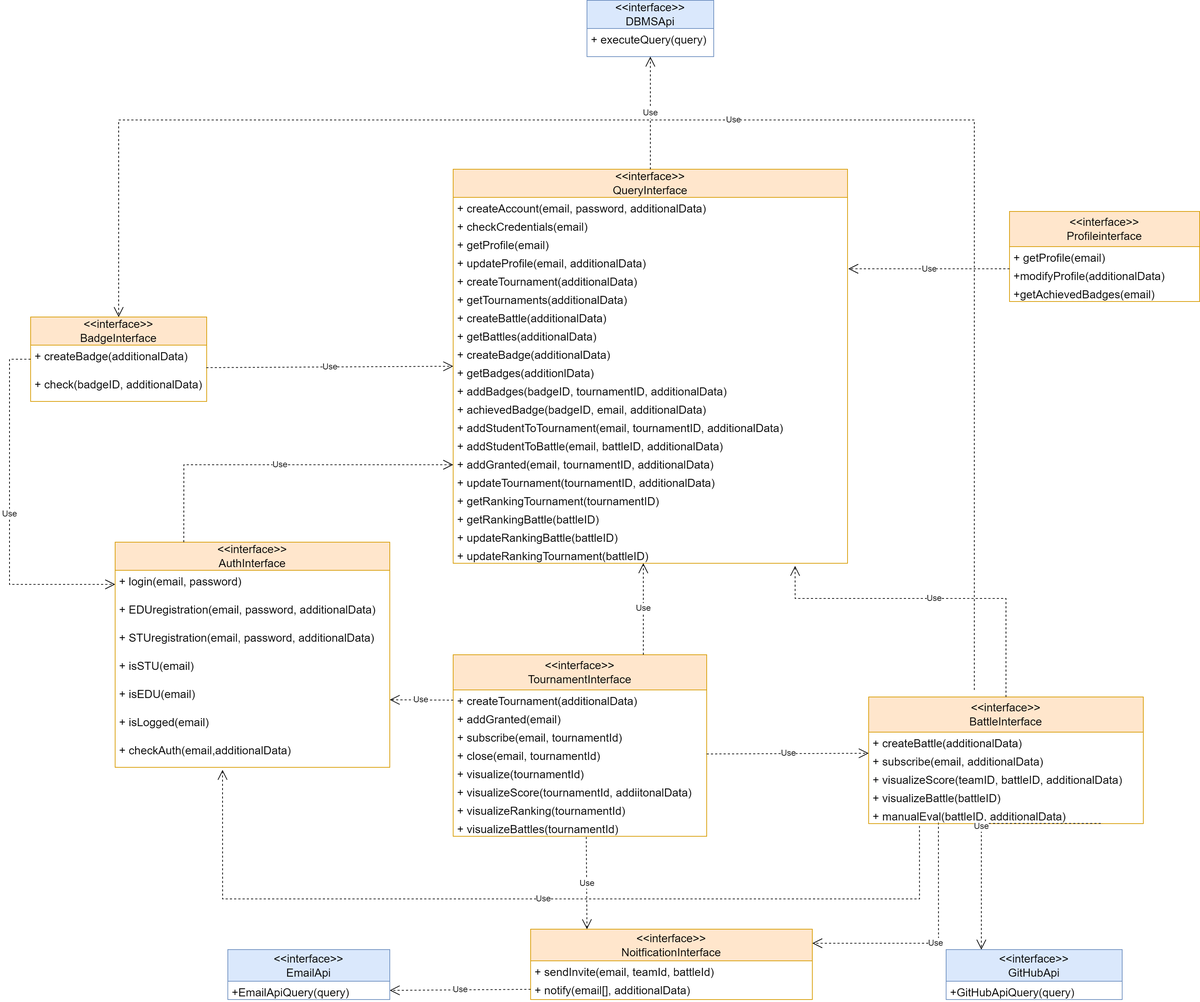
Before: DD/images/diagrams/ComponentInterfaces.png, a diagram exported from draw.io (pontig/sw-eng-2-PasiniPontiggiaStasi). Source tidied: cells renumbered, new cells last; positions are measured from the earlier drawing's top-left corner, leaving out a move shared by most shapes.
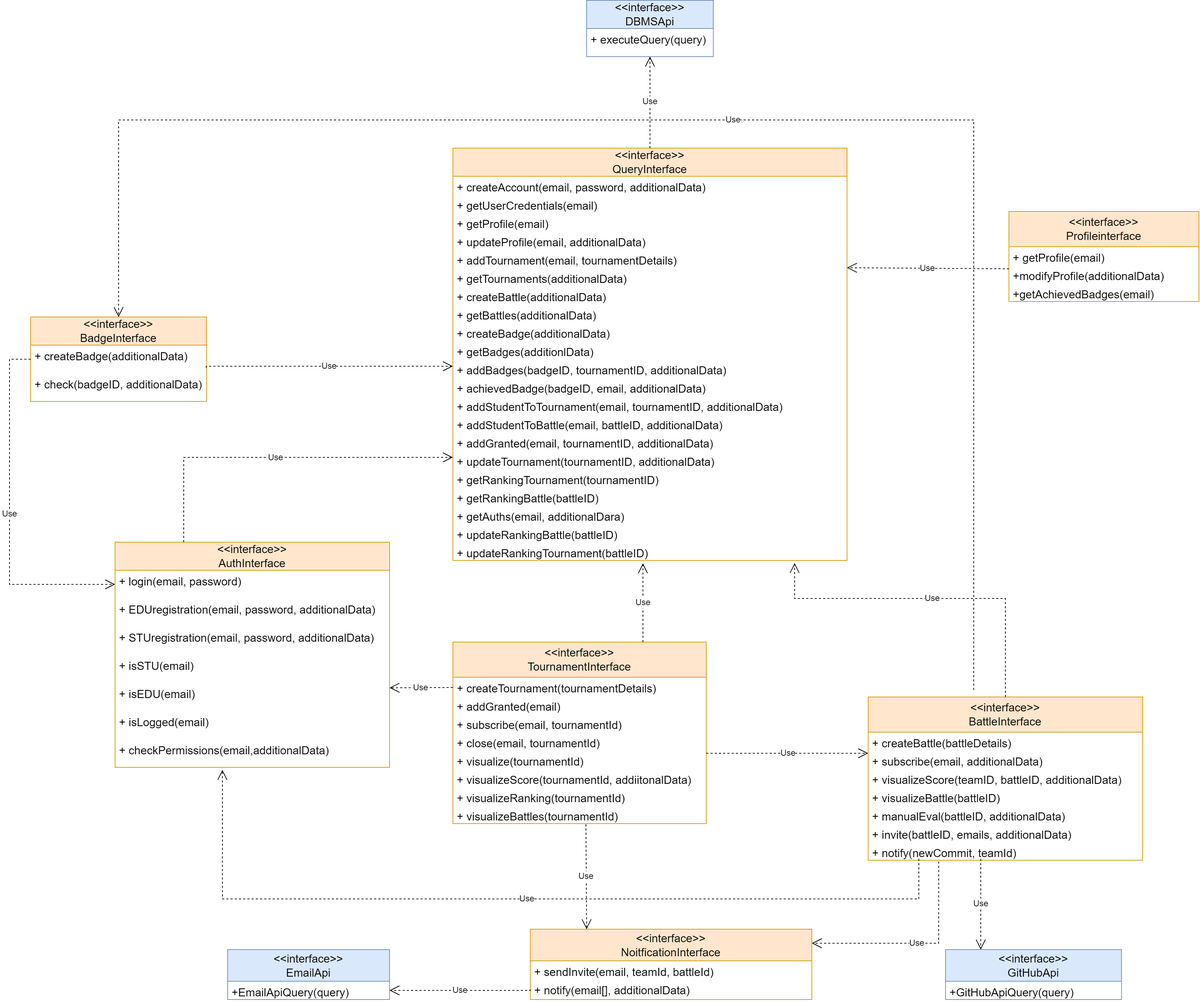
Later version of the same file.

Change to the diagram source:
```diff
@@ -9,12 +9,12 @@
       <mxGeometry y="40" width="180" height="40" as="geometry" />
     </mxCell>
     <mxCell id="4" value="&amp;lt;&amp;lt;interface&amp;gt;&amp;gt;&lt;br&gt;QueryInterface" style="swimlane;fontStyle=0;horizontal=1;startSize=40;fillColor=#ffe6cc;whiteSpace=wrap;html=1;fontSize=16;strokeColor=#d79b00;" parent="1" vertex="1">
-      <mxGeometry x="630" y="240" width="560" height="560" as="geometry" />
+      <mxGeometry x="630" y="210" width="560" height="586" as="geometry" />
     </mxCell>
     <mxCell id="5" value="+ createAccount(email, password, additionalData)" style="text;strokeColor=none;fillColor=none;align=left;verticalAlign=top;spacingLeft=4;spacingRight=4;overflow=hidden;whiteSpace=wrap;html=1;fontSize=16;" parent="4" vertex="1">
       <mxGeometry y="40" width="560" height="26" as="geometry" />
     </mxCell>
-    <mxCell id="6" value="+ checkCredentials(email)" style="text;strokeColor=none;fillColor=none;align=left;verticalAlign=top;spacingLeft=4;spacingRight=4;overflow=hidden;whiteSpace=wrap;html=1;fontSize=16;" parent="4" vertex="1">
+    <mxCell id="6" value="+ getUserCredentials(email)" style="text;strokeColor=none;fillColor=none;align=left;verticalAlign=top;spacingLeft=4;spacingRight=4;overflow=hidden;whiteSpace=wrap;html=1;fontSize=16;" parent="4" vertex="1">
       <mxGeometry y="66" width="560" height="26" as="geometry" />
     </mxCell>
     <mxCell id="7" value="+ getProfile(email)" style="text;strokeColor=none;fillColor=none;align=left;verticalAlign=top;spacingLeft=4;spacingRight=4;overflow=hidden;whiteSpace=wrap;html=1;fontSize=16;" parent="4" vertex="1">
@@ -23,7 +23,7 @@
     <mxCell id="8" value="+ updateProfile(email, additionalData)" style="text;strokeColor=none;fillColor=none;align=left;verticalAlign=top;spacingLeft=4;spacingRight=4;overflow=hidden;whiteSpace=wrap;html=1;fontSize=16;" parent="4" vertex="1">
       <mxGeometry y="118" width="560" height="26" as="geometry" />
     </mxCell>
-    <mxCell id="9" value="+ createTournament(additionalData)" style="text;strokeColor=none;fillColor=none;align=left;verticalAlign=top;spacingLeft=4;spacingRight=4;overflow=hidden;points=[[0,0.5],[1,0.5]];portConstraint=eastwest;whiteSpace=wrap;html=1;fontSize=16;" parent="4" vertex="1">
+    <mxCell id="9" value="+ addTournament(email, tournamentDetails)" style="text;strokeColor=none;fillColor=none;align=left;verticalAlign=top;spacingLeft=4;spacingRight=4;overflow=hidden;points=[[0,0.5],[1,0.5]];portConstraint=eastwest;whiteSpace=wrap;html=1;fontSize=16;" parent="4" vertex="1">
       <mxGeometry y="144" width="560" height="26" as="geometry" />
     </mxCell>
     <mxCell id="10" value="+ getTournaments(additionalData)" style="text;strokeColor=none;fillColor=none;align=left;verticalAlign=top;spacingLeft=4;spacingRight=4;overflow=hidden;whiteSpace=wrap;html=1;fontSize=16;" parent="4" vertex="1">
@@ -65,11 +65,14 @@
     <mxCell id="22" value="+ getRankingBattle(battleID)" style="text;strokeColor=none;fillColor=none;align=left;verticalAlign=top;spacingLeft=4;spacingRight=4;overflow=hidden;whiteSpace=wrap;html=1;fontSize=16;" parent="4" vertex="1">
       <mxGeometry y="482" width="560" height="26" as="geometry" />
     </mxCell>
+    <mxCell id="77" value="+ getAuths(email, additionalDara)" style="text;strokeColor=none;fillColor=none;align=left;verticalAlign=top;spacingLeft=4;spacingRight=4;overflow=hidden;whiteSpace=wrap;html=1;fontSize=16;" parent="4" vertex="1">
+      <mxGeometry y="508" width="560" height="26" as="geometry" />
+    </mxCell>
     <mxCell id="23" value="+ updateRankingBattle(battleID)" style="text;strokeColor=none;fillColor=none;align=left;verticalAlign=top;spacingLeft=4;spacingRight=4;overflow=hidden;whiteSpace=wrap;html=1;fontSize=16;" parent="4" vertex="1">
-      <mxGeometry y="508" width="560" height="26" as="geometry" />
+      <mxGeometry y="534" width="560" height="26" as="geometry" />
     </mxCell>
     <mxCell id="24" value="+ updateRankingTournament(battleID)" style="text;strokeColor=none;fillColor=none;align=left;verticalAlign=top;spacingLeft=4;spacingRight=4;overflow=hidden;points=[[0,0.5],[1,0.5]];portConstraint=eastwest;whiteSpace=wrap;html=1;fontSize=16;" parent="4" vertex="1">
-      <mxGeometry y="534" width="560" height="26" as="geometry" />
+      <mxGeometry y="560" width="560" height="26" as="geometry" />
     </mxCell>
     <mxCell id="25" value="&amp;lt;&amp;lt;interface&amp;gt;&amp;gt;&lt;br&gt;AuthInterface" style="swimlane;fontStyle=0;horizontal=1;startSize=40;fillColor=#ffe6cc;whiteSpace=wrap;html=1;fontSize=16;strokeColor=#d79b00;" parent="1" vertex="1">
       <mxGeometry x="150" y="770" width="390" height="320" as="geometry" />
@@ -92,7 +95,7 @@
     <mxCell id="31" value="+ isLogged(email)" style="text;strokeColor=none;fillColor=none;align=left;verticalAlign=top;spacingLeft=4;spacingRight=4;overflow=hidden;whiteSpace=wrap;html=1;fontSize=16;" parent="25" vertex="1">
       <mxGeometry y="240" width="390" height="40" as="geometry" />
     </mxCell>
-    <mxCell id="32" value="+ checkAuth(email,additionalData)" style="text;strokeColor=none;fillColor=none;align=left;verticalAlign=top;spacingLeft=4;spacingRight=4;overflow=hidden;points=[[0,0.5],[1,0.5]];portConstraint=eastwest;whiteSpace=wrap;html=1;fontSize=16;" parent="25" vertex="1">
+    <mxCell id="32" value="+ checkPermissions(email,additionalData)" style="text;strokeColor=none;fillColor=none;align=left;verticalAlign=top;spacingLeft=4;spacingRight=4;overflow=hidden;points=[[0,0.5],[1,0.5]];portConstraint=eastwest;whiteSpace=wrap;html=1;fontSize=16;" parent="25" vertex="1">
       <mxGeometry y="280" width="390" height="40" as="geometry" />
     </mxCell>
     <mxCell id="33" value="Use" style="endArrow=open;endSize=12;dashed=1;html=1;rounded=0;fontSize=12;exitX=0.25;exitY=0;exitDx=0;exitDy=0;entryX=0;entryY=0.75;entryDx=0;entryDy=0;edgeStyle=orthogonalEdgeStyle;" parent="1" edge="1" source="25" target="4">
@@ -107,19 +110,18 @@
     <mxCell id="36" value="+ notify(email[], additionalData)" style="text;strokeColor=none;fillColor=none;align=left;verticalAlign=top;spacingLeft=4;spacingRight=4;overflow=hidden;points=[[0,0.5],[1,0.5]];portConstraint=eastwest;whiteSpace=wrap;html=1;fontSize=16;" parent="34" vertex="1">
       <mxGeometry y="71" width="400" height="29" as="geometry" />
     </mxCell>
-    <mxCell id="37" value="Use" style="endArrow=open;endSize=12;dashed=1;html=1;rounded=0;fontSize=12;exitX=0.254;exitY=0.942;exitDx=0;exitDy=0;edgeStyle=orthogonalEdgeStyle;exitPerimeter=0;" parent="1" edge="1" source="52">
+    <mxCell id="37" value="Use" style="endArrow=open;endSize=12;dashed=1;html=1;rounded=0;fontSize=12;exitX=0.257;exitY=1.072;exitDx=0;exitDy=0;edgeStyle=orthogonalEdgeStyle;exitPerimeter=0;" parent="1" edge="1" source="79">
       <mxGeometry relative="1" as="geometry">
         <mxPoint x="1140" y="1340" as="targetPoint" />
         <Array as="points">
-          <mxPoint x="1319" y="1340" />
-          <mxPoint x="1140" y="1340" />
+          <mxPoint x="1320" y="1340" />
         </Array>
       </mxGeometry>
     </mxCell>
     <mxCell id="38" value="&amp;lt;&amp;lt;interface&amp;gt;&amp;gt;&lt;br&gt;TournamentInterface" style="swimlane;fontStyle=0;horizontal=1;startSize=50;fillColor=#ffe6cc;whiteSpace=wrap;html=1;fontSize=16;strokeColor=#d79b00;" parent="1" vertex="1">
-      <mxGeometry x="630" y="930" width="360" height="258" as="geometry" />
+      <mxGeometry x="630" y="912" width="360" height="258" as="geometry" />
     </mxCell>
-    <mxCell id="39" value="+ createTournament(additionalData)" style="text;strokeColor=none;fillColor=none;align=left;verticalAlign=top;spacingLeft=4;spacingRight=4;overflow=hidden;whiteSpace=wrap;html=1;fontSize=16;" parent="38" vertex="1">
+    <mxCell id="39" value="+ createTournament(tournamentDetails)" style="text;strokeColor=none;fillColor=none;align=left;verticalAlign=top;spacingLeft=4;spacingRight=4;overflow=hidden;whiteSpace=wrap;html=1;fontSize=16;" parent="38" vertex="1">
       <mxGeometry y="50" width="360" height="26" as="geometry" />
     </mxCell>
     <mxCell id="40" value="+ addGranted(email)" style="text;strokeColor=none;fillColor=none;align=left;verticalAlign=top;spacingLeft=4;spacingRight=4;overflow=hidden;whiteSpace=wrap;html=1;fontSize=16;" parent="38" vertex="1">
@@ -144,9 +146,9 @@
       <mxGeometry y="232" width="360" height="26" as="geometry" />
     </mxCell>
     <mxCell id="47" value="&amp;lt;&amp;lt;interface&amp;gt;&amp;gt;&lt;br&gt;BattleInterface" style="swimlane;fontStyle=0;horizontal=1;startSize=50;fillColor=#ffe6cc;whiteSpace=wrap;html=1;fontSize=16;strokeColor=#d79b00;" parent="1" vertex="1">
-      <mxGeometry x="1220" y="990" width="390" height="180" as="geometry" />
+      <mxGeometry x="1220" y="990" width="390" height="232" as="geometry" />
     </mxCell>
-    <mxCell id="48" value="+ createBattle(additionalData)" style="text;strokeColor=none;fillColor=none;align=left;verticalAlign=top;spacingLeft=4;spacingRight=4;overflow=hidden;whiteSpace=wrap;html=1;fontSize=16;" parent="47" vertex="1">
+    <mxCell id="48" value="+ createBattle(battleDetails)" style="text;strokeColor=none;fillColor=none;align=left;verticalAlign=top;spacingLeft=4;spacingRight=4;overflow=hidden;whiteSpace=wrap;html=1;fontSize=16;" parent="47" vertex="1">
       <mxGeometry y="50" width="390" height="26" as="geometry" />
     </mxCell>
     <mxCell id="49" value="+ subscribe(email, additionalData)" style="text;strokeColor=none;fillColor=none;align=left;verticalAlign=top;spacingLeft=4;spacingRight=4;overflow=hidden;whiteSpace=wrap;html=1;fontSize=16;" parent="47" vertex="1">
@@ -161,6 +163,12 @@
     <mxCell id="52" value="+ manualEval(battleID, additionalData)" style="text;strokeColor=none;fillColor=none;align=left;verticalAlign=top;spacingLeft=4;spacingRight=4;overflow=hidden;points=[[0,0.5],[1,0.5]];portConstraint=eastwest;whiteSpace=wrap;html=1;fontSize=16;" parent="47" vertex="1">
       <mxGeometry y="154" width="390" height="26" as="geometry" />
     </mxCell>
+    <mxCell id="78" value="+ invite(battleID, emails, additionalData)" style="text;strokeColor=none;fillColor=none;align=left;verticalAlign=top;spacingLeft=4;spacingRight=4;overflow=hidden;whiteSpace=wrap;html=1;fontSize=16;" parent="47" vertex="1">
+      <mxGeometry y="180" width="390" height="26" as="geometry" />
+    </mxCell>
+    <mxCell id="79" value="+ notify(newCommit, teamId)" style="text;strokeColor=none;fillColor=none;align=left;verticalAlign=top;spacingLeft=4;spacingRight=4;overflow=hidden;points=[[0,0.5],[1,0.5]];portConstraint=eastwest;whiteSpace=wrap;html=1;fontSize=16;" parent="47" vertex="1">
+      <mxGeometry y="206" width="390" height="26" as="geometry" />
+    </mxCell>
     <mxCell id="53" value="Use" style="endArrow=open;endSize=12;dashed=1;html=1;rounded=0;fontSize=12;curved=1;exitX=0.5;exitY=0;exitDx=0;exitDy=0;" parent="1" edge="1" source="4" target="3">
       <mxGeometry relative="1" as="geometry" />
     </mxCell>
@@ -178,15 +186,17 @@
     <mxCell id="57" value="+ check(badgeID, additionalData)" style="text;strokeColor=none;fillColor=none;align=left;verticalAlign=top;spacingLeft=4;spacingRight=4;overflow=hidden;whiteSpace=wrap;html=1;fontSize=16;" parent="55" vertex="1">
       <mxGeometry y="80" width="250" height="40" as="geometry" />
     </mxCell>
-    <mxCell id="58" value="Use" style="endArrow=open;endSize=12;dashed=1;html=1;rounded=0;fontSize=12;entryX=0;entryY=0.5;entryDx=0;entryDy=0;edgeStyle=orthogonalEdgeStyle;exitX=0.998;exitY=0.799;exitDx=0;exitDy=0;exitPerimeter=0;" parent="1" edge="1" source="56" target="4">
+    <mxCell id="58" value="Use" style="endArrow=open;endSize=12;dashed=1;html=1;rounded=0;fontSize=12;edgeStyle=orthogonalEdgeStyle;exitX=0.998;exitY=0.799;exitDx=0;exitDy=0;exitPerimeter=0;" parent="1" edge="1" source="56">
       <mxGeometry relative="1" as="geometry">
+        <mxPoint x="630" y="520" as="targetPoint" />
         <Array as="points">
           <mxPoint x="280" y="520" />
         </Array>
       </mxGeometry>
     </mxCell>
-    <mxCell id="59" value="Use" style="endArrow=open;endSize=12;dashed=1;html=1;rounded=0;fontSize=12;entryX=0.391;entryY=1.09;entryDx=0;entryDy=0;entryPerimeter=0;edgeStyle=orthogonalEdgeStyle;exitX=0.185;exitY=1.125;exitDx=0;exitDy=0;exitPerimeter=0;" parent="1" edge="1" source="52" target="32">
+    <mxCell id="59" value="Use" style="endArrow=open;endSize=12;dashed=1;html=1;rounded=0;fontSize=12;entryX=0.391;entryY=1.09;entryDx=0;entryDy=0;entryPerimeter=0;edgeStyle=orthogonalEdgeStyle;" parent="1" edge="1" target="32">
       <mxGeometry relative="1" as="geometry">
+        <mxPoint x="1292" y="1220" as="sourcePoint" />
         <Array as="points">
           <mxPoint x="1122" y="1277" />
           <mxPoint x="302" y="1277" />
@@ -196,7 +206,7 @@
     </mxCell>
     <mxCell id="60" value="Use" style="endArrow=open;endSize=12;dashed=1;html=1;rounded=0;fontSize=12;curved=1;exitX=0;exitY=0.25;exitDx=0;exitDy=0;" parent="1" edge="1" source="38">
       <mxGeometry relative="1" as="geometry">
-        <mxPoint x="540" y="994" as="targetPoint" />
+        <mxPoint x="540" y="977" as="targetPoint" />
       </mxGeometry>
     </mxCell>
     <mxCell id="61" value="Use" style="endArrow=open;endSize=12;dashed=1;html=1;rounded=0;fontSize=12;entryX=0;entryY=0.5;entryDx=0;entryDy=0;edgeStyle=orthogonalEdgeStyle;exitX=0;exitY=0.5;exitDx=0;exitDy=0;" parent="1" edge="1" source="56" target="26">
@@ -246,17 +256,19 @@
         <mxPoint x="820" y="1320" as="targetPoint" />
       </mxGeometry>
     </mxCell>
-    <mxCell id="72" value="Use" style="endArrow=open;endSize=12;dashed=1;html=1;rounded=0;fontSize=12;exitX=1;exitY=0.5;exitDx=0;exitDy=0;edgeStyle=orthogonalEdgeStyle;" parent="1" edge="1" source="42">
+    <mxCell id="72" value="Use" style="endArrow=open;endSize=12;dashed=1;html=1;rounded=0;fontSize=12;edgeStyle=orthogonalEdgeStyle;" parent="1" edge="1">
       <mxGeometry relative="1" as="geometry">
+        <mxPoint x="990" y="1070" as="sourcePoint" />
         <mxPoint x="1220" y="1070" as="targetPoint" />
         <Array as="points">
           <mxPoint x="990" y="1070" />
-          <mxPoint x="1220" y="1070" />
         </Array>
       </mxGeometry>
     </mxCell>
-    <mxCell id="73" value="Use" style="endArrow=open;endSize=12;dashed=1;html=1;rounded=0;fontSize=12;curved=1;exitX=0;exitY=0.212;exitDx=0;exitDy=0;entryX=1.002;entryY=-0.096;entryDx=0;entryDy=0;entryPerimeter=0;exitPerimeter=0;" parent="1" edge="1" source="68" target="9">
-      <mxGeometry relative="1" as="geometry" />
+    <mxCell id="73" value="Use" style="endArrow=open;endSize=12;dashed=1;html=1;rounded=0;fontSize=12;curved=1;exitX=0;exitY=0.212;exitDx=0;exitDy=0;exitPerimeter=0;" parent="1" edge="1" source="68">
+      <mxGeometry relative="1" as="geometry">
+        <mxPoint x="1190" y="380" as="targetPoint" />
+      </mxGeometry>
     </mxCell>
     <mxCell id="74" value="Use" style="endArrow=open;endSize=12;dashed=1;html=1;rounded=0;fontSize=12;entryX=1;entryY=0.5;entryDx=0;entryDy=0;exitX=0;exitY=0.5;exitDx=0;exitDy=0;edgeStyle=orthogonalEdgeStyle;" parent="1" edge="1" source="36" target="63">
       <mxGeometry relative="1" as="geometry">
@@ -273,11 +285,11 @@
         </Array>
       </mxGeometry>
     </mxCell>
-    <mxCell id="76" value="Use" style="endArrow=open;endSize=12;dashed=1;html=1;rounded=0;fontSize=12;exitX=0.845;exitY=0.992;exitDx=0;exitDy=0;exitPerimeter=0;edgeStyle=orthogonalEdgeStyle;" parent="1" edge="1" source="52" target="64">
+    <mxCell id="76" value="Use" style="endArrow=open;endSize=12;dashed=1;html=1;rounded=0;fontSize=12;edgeStyle=orthogonalEdgeStyle;" parent="1" edge="1" target="64">
       <mxGeometry relative="1" as="geometry">
+        <mxPoint x="1380" y="1220" as="sourcePoint" />
         <Array as="points">
-          <mxPoint x="1380" y="1250" />
-          <mxPoint x="1380" y="1250" />
+          <mxPoint x="1380" y="1220" />
         </Array>
       </mxGeometry>
     </mxCell>
```
